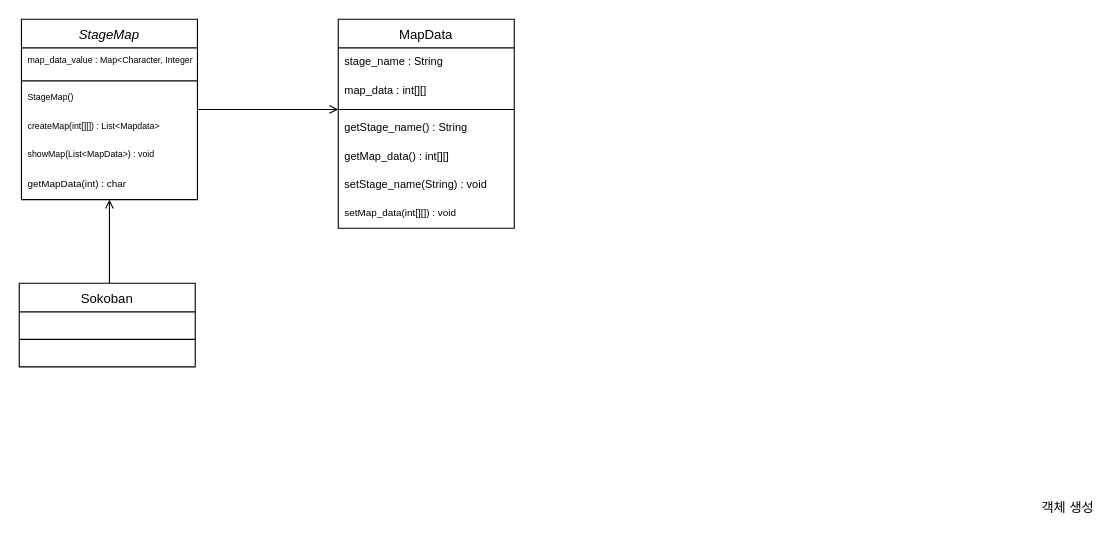
Above: Untitled Diagram.drawio in ikjo93/Class-Diagram (draw.io), before the change. Source tidied: cells renumbered, new cells numbered last; positions are measured from the earlier drawing's top-left corner, leaving out a move shared by most shapes. Both pictures are drawn from the tidied source at 110%, with x=0, y=0 at pixel (19, 19).
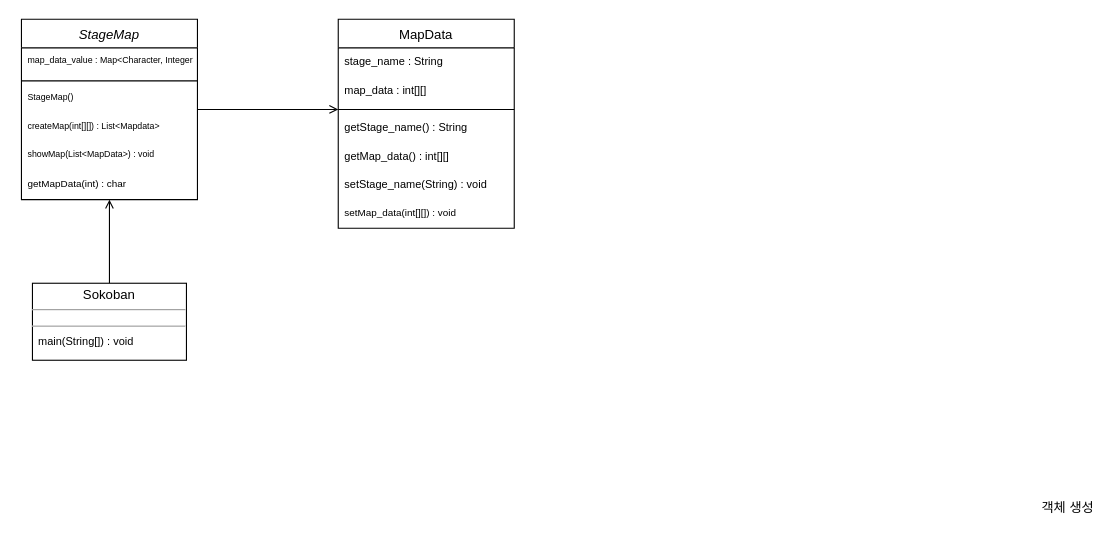
Above is the later version.

The change refers to these unchanged cells:
```xml
<mxCell id="2" value="StageMap" style="swimlane;fontStyle=2;align=center;verticalAlign=top;horizontal=1;startSize=26;rounded=0;shadow=0;strokeWidth=1;" parent="1" vertex="1">
  <mxGeometry x="2" width="160" height="164" as="geometry" />
</mxCell>
```

The edit, as a diff of the source:
```diff
@@
-    <mxCell id="9" value="Sokoban" style="swimlane;fontStyle=0;align=center;verticalAlign=top;horizontal=1;startSize=26;rounded=0;shadow=0;strokeWidth=1;" parent="1" vertex="1">
-      <mxGeometry y="240" width="160" height="76" as="geometry" />
-    </mxCell>
-    <mxCell id="10" style="line;html=1;strokeWidth=1;align=left;verticalAlign=middle;spacingTop=-1;spacingLeft=3;spacingRight=3;labelPosition=right;" parent="9" vertex="1">
-      <mxGeometry y="26" width="160" height="50" as="geometry" />
-    </mxCell>
-    <mxCell id="11" style="endArrow=open;endFill=0;shadow=0;strokeWidth=1;rounded=0;edgeStyle=elbowEdgeStyle;elbow=vertical;" parent="1" edge="1" source="9" target="2">
+    <mxCell id="11" style="endArrow=open;endFill=0;shadow=0;strokeWidth=1;rounded=0;edgeStyle=elbowEdgeStyle;elbow=vertical;" parent="1" edge="1" target="2">
       <mxGeometry relative="1" as="geometry">
+        <mxPoint x="82" y="240" as="sourcePoint" />
         <Array as="points">
           <mxPoint x="82" y="189" />
         </Array>
       </mxGeometry>
     </mxCell>
@@
+    <mxCell id="22" value="&lt;p style=&quot;margin: 0px ; margin-top: 4px ; text-align: center&quot;&gt;Sokoban&lt;br&gt;&lt;/p&gt;&lt;hr size=&quot;1&quot;&gt;&lt;div style=&quot;height: 2px&quot;&gt;&lt;/div&gt;&lt;hr size=&quot;1&quot;&gt;&lt;div style=&quot;height: 2px&quot;&gt;&lt;span style=&quot;font-size: 10px&quot;&gt;&amp;nbsp; main(String[]) : void&lt;/span&gt;&lt;/div&gt;" style="verticalAlign=top;align=left;overflow=fill;fontSize=12;fontFamily=Helvetica;html=1;" parent="1" vertex="1">
+      <mxGeometry x="12" y="240" width="140" height="70" as="geometry" />
+    </mxCell>
```
